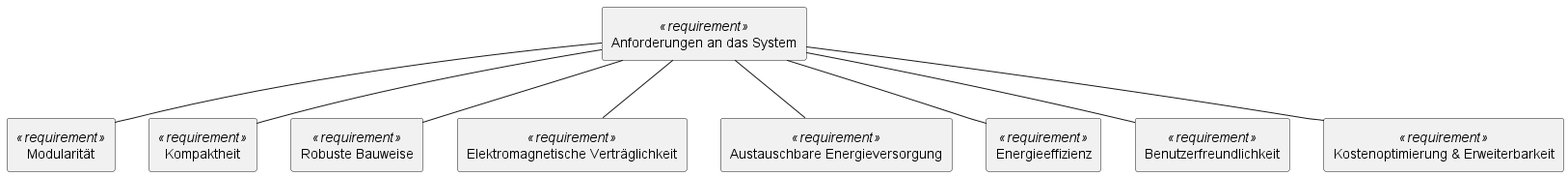
MororB/Smart-Grid keeps this PlantUML diagram as SysEng/out/Anforderungen/Anforderungen.png. Above is the earlier version.
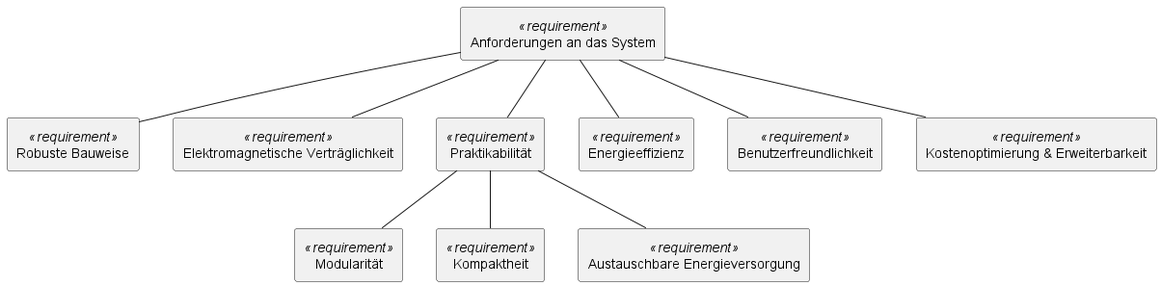
After the change.

Diff of the diagram source:
```diff
@@ -1,15 +1,10 @@
 @startuml Anforderungen
 
-skinparam classIconSize 0
 
 
   rectangle "Anforderungen an das System" <<requirement>>
 
-  rectangle "Modularität" <<requirement>> {
-  }
 
-  rectangle "Kompaktheit" <<requirement>> {
-  }
 
   rectangle "Robuste Bauweise" <<requirement>> {
   }
@@ -21,17 +16,26 @@
 
   rectangle "Energieeffizienz" <<requirement>>
 
+  rectangle "Modularität" <<requirement>> {
+  }
+  rectangle "Praktikabilität" <<requirement>> {
+  }
+
+  rectangle "Kompaktheit" <<requirement>> {
+  }
 
   rectangle "Benutzerfreundlichkeit" <<requirement>>
 
   rectangle "Kostenoptimierung & Erweiterbarkeit" <<requirement>>
 
-"Anforderungen an das System" -- "Modularität"
-"Anforderungen an das System" -- "Kompaktheit"
+
 "Anforderungen an das System" -- "Robuste Bauweise"
 "Anforderungen an das System" -- "Elektromagnetische Verträglichkeit"
-"Anforderungen an das System" -- "Austauschbare Energieversorgung"
 "Anforderungen an das System" -- "Energieeffizienz"
+"Anforderungen an das System" -- "Praktikabilität"
+"Praktikabilität" -- "Modularität"
+"Praktikabilität" -- "Kompaktheit"
+"Praktikabilität" -- "Austauschbare Energieversorgung"
 "Anforderungen an das System" -- "Benutzerfreundlichkeit"
 "Anforderungen an das System" -- "Kostenoptimierung & Erweiterbarkeit"
 
```
